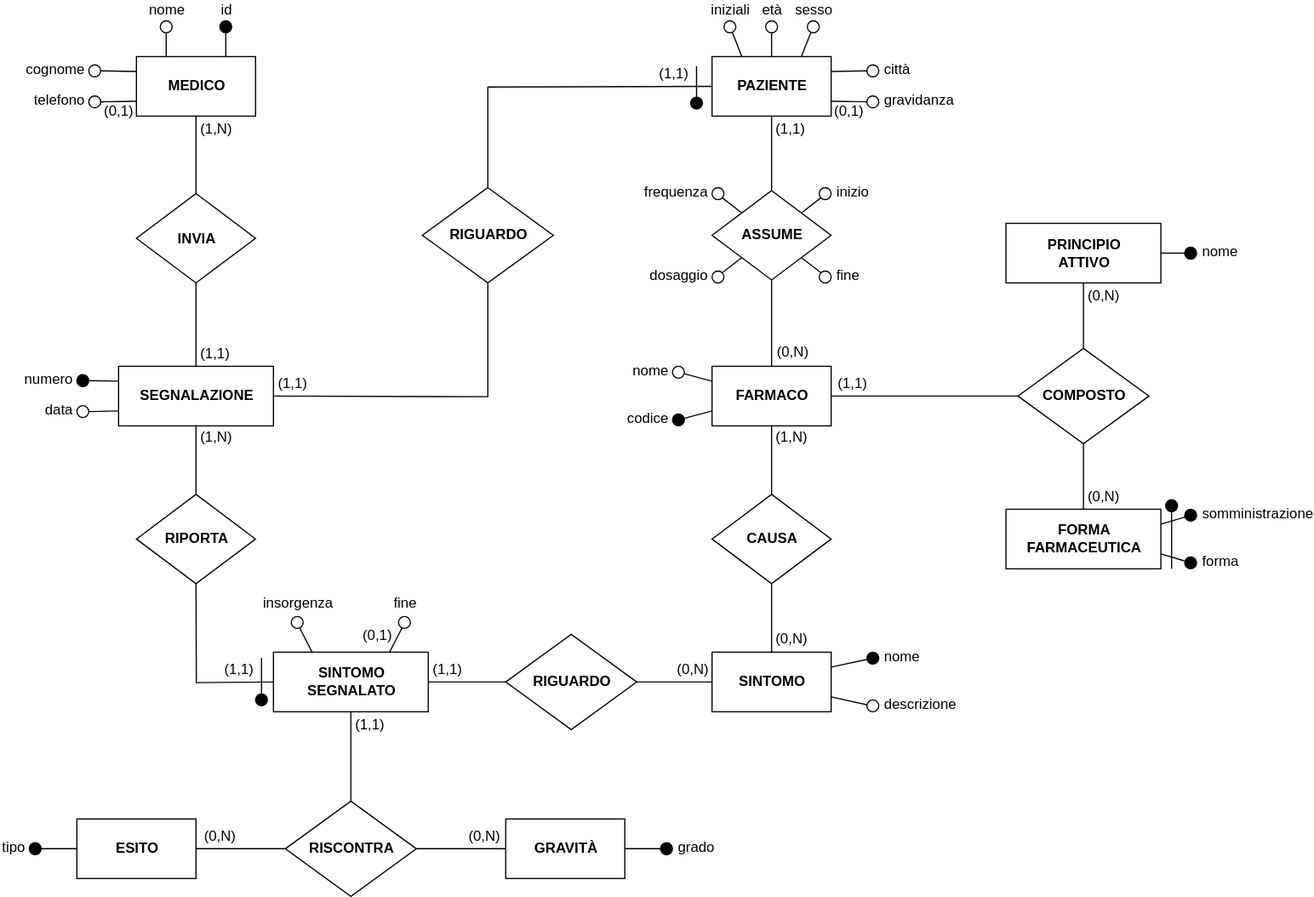
MatteoCarnelos/DB-SEA keeps this draw.io diagram as schematics/diagram.svg. Above is the earlier version. Source tidied: cells renumbered, new cells last; positions are measured from the earlier drawing's top-left corner, leaving out a move shared by most shapes.
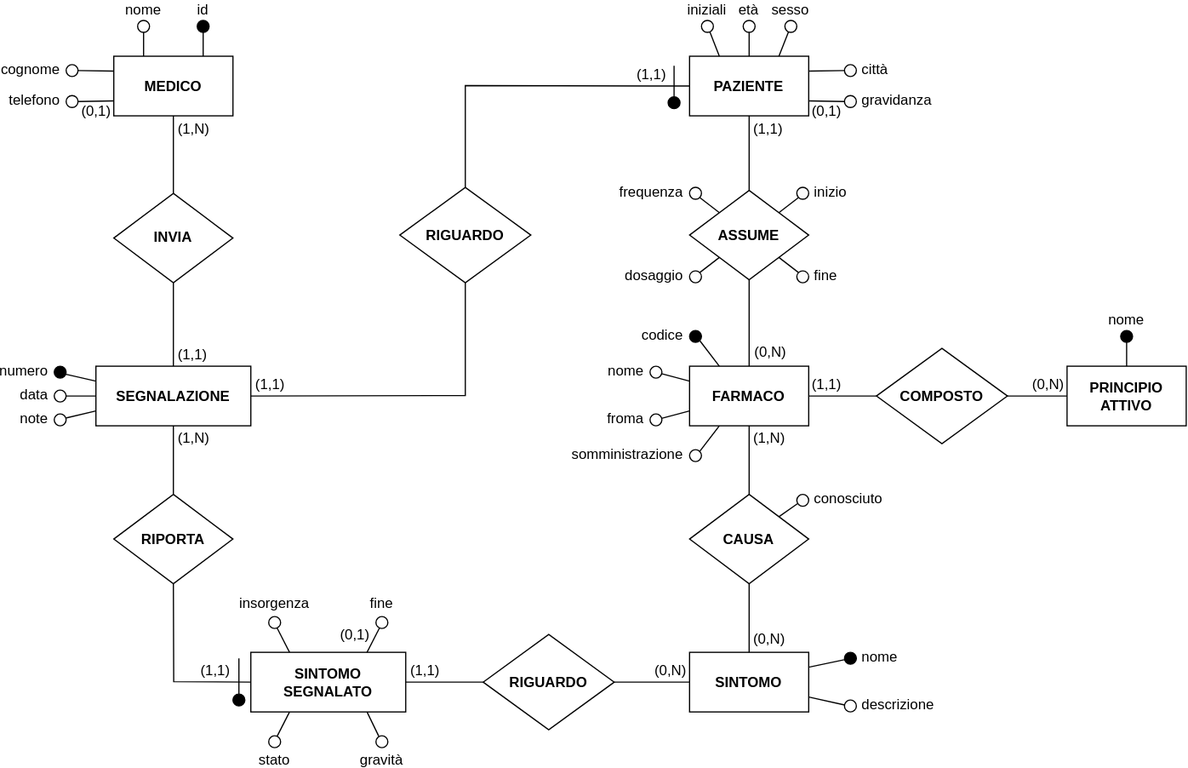
After the change.

Diff of the diagram source:
```diff
@@ -63,6 +63,6 @@
     </mxCell>
-    <mxCell id="19" style="rounded=0;comic=0;jumpStyle=none;jumpSize=6;jettySize=auto;html=1;exitX=0;exitY=0.25;exitDx=0;exitDy=0;entryX=1;entryY=0.5;entryDx=0;entryDy=0;endArrow=none;endFill=0;" parent="1" edge="1" source="21" target="22">
+    <mxCell id="19" style="rounded=0;comic=0;jumpStyle=none;jumpSize=6;jettySize=auto;html=1;exitX=0;exitY=0.25;exitDx=0;exitDy=0;entryX=0.917;entryY=0.663;entryDx=0;entryDy=0;endArrow=none;endFill=0;entryPerimeter=0;" parent="1" edge="1" source="21" target="22">
       <mxGeometry relative="1" as="geometry" />
     </mxCell>
-    <mxCell id="20" style="edgeStyle=none;rounded=0;comic=0;jumpStyle=none;jumpSize=6;jettySize=auto;html=1;exitX=0;exitY=0.75;exitDx=0;exitDy=0;entryX=1;entryY=0.5;entryDx=0;entryDy=0;endArrow=none;endFill=0;" parent="1" edge="1" source="21" target="23">
+    <mxCell id="20" style="edgeStyle=none;rounded=0;comic=0;jumpStyle=none;jumpSize=6;jettySize=auto;html=1;exitX=0;exitY=0.75;exitDx=0;exitDy=0;entryX=0.971;entryY=0.346;entryDx=0;entryDy=0;endArrow=none;endFill=0;entryPerimeter=0;" parent="1" edge="1" source="21" target="23">
       <mxGeometry relative="1" as="geometry" />
@@ -73,6 +73,6 @@
     <mxCell id="22" value="numero" style="ellipse;whiteSpace=wrap;html=1;fillColor=#000000;textDirection=ltr;align=right;labelPosition=left;verticalLabelPosition=middle;verticalAlign=middle;spacing=5;spacingBottom=2;" parent="1" vertex="1">
-      <mxGeometry x="40" y="297" width="10" height="10" as="geometry" />
+      <mxGeometry x="40" y="290" width="10" height="10" as="geometry" />
     </mxCell>
-    <mxCell id="23" value="data" style="ellipse;whiteSpace=wrap;html=1;fillColor=#ffffff;textDirection=ltr;align=right;labelPosition=left;verticalLabelPosition=middle;verticalAlign=middle;spacing=5;spacingBottom=2;" parent="1" vertex="1">
-      <mxGeometry x="40" y="323" width="10" height="10" as="geometry" />
+    <mxCell id="23" value="note" style="ellipse;whiteSpace=wrap;html=1;fillColor=#ffffff;textDirection=ltr;align=right;labelPosition=left;verticalLabelPosition=middle;verticalAlign=middle;spacing=5;spacingBottom=2;" parent="1" vertex="1">
+      <mxGeometry x="40" y="330" width="10" height="10" as="geometry" />
     </mxCell>
@@ -164,2 +164,8 @@
     </mxCell>
+    <mxCell id="117" style="edgeStyle=none;rounded=0;jettySize=auto;html=1;exitX=0.25;exitY=0;exitDx=0;exitDy=0;entryX=1;entryY=1;entryDx=0;entryDy=0;endArrow=none;endFill=0;" parent="1" edge="1" source="50" target="129">
+      <mxGeometry relative="1" as="geometry" />
+    </mxCell>
+    <mxCell id="118" style="edgeStyle=none;rounded=0;jettySize=auto;html=1;exitX=0.25;exitY=1;exitDx=0;exitDy=0;entryX=1;entryY=0;entryDx=0;entryDy=0;endArrow=none;endFill=0;" parent="1" edge="1" source="50" target="66">
+      <mxGeometry relative="1" as="geometry" />
+    </mxCell>
     <mxCell id="50" value="&lt;b&gt;FARMACO&lt;br&gt;&lt;/b&gt;" style="rounded=0;whiteSpace=wrap;html=1;fillColor=#ffffff;" parent="1" vertex="1">
@@ -170,3 +176,3 @@
     </mxCell>
-    <mxCell id="52" value="codice" style="ellipse;whiteSpace=wrap;html=1;fillColor=#000000;textDirection=ltr;align=right;labelPosition=left;verticalLabelPosition=middle;verticalAlign=middle;spacing=5;spacingBottom=2;" parent="1" vertex="1">
+    <mxCell id="52" value="froma" style="ellipse;whiteSpace=wrap;html=1;fillColor=#FFFFFF;textDirection=ltr;align=right;labelPosition=left;verticalLabelPosition=middle;verticalAlign=middle;spacing=5;spacingBottom=2;" parent="1" vertex="1">
       <mxGeometry x="540" y="330" width="10" height="10" as="geometry" />
@@ -179,27 +185,8 @@
     </mxCell>
+    <mxCell id="119" style="edgeStyle=none;rounded=0;jettySize=auto;html=1;exitX=0.5;exitY=0;exitDx=0;exitDy=0;entryX=0.5;entryY=1;entryDx=0;entryDy=0;endArrow=none;endFill=0;" parent="1" edge="1" source="55" target="69">
+      <mxGeometry relative="1" as="geometry" />
+    </mxCell>
     <mxCell id="55" value="&lt;b&gt;PRINCIPIO&lt;br&gt;ATTIVO&lt;br&gt;&lt;/b&gt;" style="whiteSpace=wrap;html=1;align=center;" parent="1" vertex="1">
-      <mxGeometry x="820" y="170" width="130" height="50" as="geometry" />
+      <mxGeometry x="890" y="290" width="100" height="50" as="geometry" />
     </mxCell>
-    <mxCell id="56" style="edgeStyle=orthogonalEdgeStyle;rounded=0;comic=0;jumpStyle=none;jumpSize=6;jettySize=auto;html=1;exitX=0.5;exitY=0;exitDx=0;exitDy=0;entryX=0.5;entryY=1;entryDx=0;entryDy=0;endArrow=none;endFill=0;" parent="1" edge="1" source="64" target="55">
-      <mxGeometry relative="1" as="geometry" />
-    </mxCell>
-    <mxCell id="57" value="(0,N)" style="text;html=1;align=left;verticalAlign=middle;labelBackgroundColor=#ffffff;labelPosition=right;verticalLabelPosition=middle;spacing=4;" parent="56" vertex="1">
-      <mxGeometry x="0.64" y="2" relative="1" as="geometry">
-        <mxPoint x="2" as="offset" />
-      </mxGeometry>
-    </mxCell>
-    <mxCell id="58" style="edgeStyle=orthogonalEdgeStyle;rounded=0;comic=0;jumpStyle=none;jumpSize=6;jettySize=auto;html=1;exitX=0.5;exitY=0;exitDx=0;exitDy=0;entryX=0.5;entryY=1;entryDx=0;entryDy=0;endArrow=none;endFill=0;" parent="1" edge="1" source="61" target="64">
-      <mxGeometry relative="1" as="geometry" />
-    </mxCell>
-    <mxCell id="59" value="(0,N)" style="text;html=1;align=left;verticalAlign=middle;labelBackgroundColor=#ffffff;labelPosition=right;verticalLabelPosition=middle;spacing=4;" parent="58" vertex="1">
-      <mxGeometry x="-0.43" y="-1" relative="1" as="geometry">
-        <mxPoint x="-1" y="4.6" as="offset" />
-      </mxGeometry>
-    </mxCell>
-    <mxCell id="60" style="edgeStyle=none;rounded=0;comic=0;jumpStyle=none;jumpSize=6;jettySize=auto;html=1;exitX=1;exitY=0.75;exitDx=0;exitDy=0;entryX=-0.035;entryY=0.329;entryDx=0;entryDy=0;endArrow=none;endFill=0;entryPerimeter=0;" parent="1" edge="1" source="61" target="67">
-      <mxGeometry relative="1" as="geometry" />
-    </mxCell>
-    <mxCell id="61" value="&lt;b&gt;FORMA&lt;br&gt;FARMACEUTICA&lt;br&gt;&lt;/b&gt;" style="whiteSpace=wrap;html=1;align=center;" parent="1" vertex="1">
-      <mxGeometry x="820" y="410" width="130" height="50" as="geometry" />
-    </mxCell>
     <mxCell id="62" style="edgeStyle=none;rounded=0;comic=0;jumpStyle=none;jumpSize=6;jettySize=auto;html=1;exitX=0;exitY=0.5;exitDx=0;exitDy=0;entryX=1;entryY=0.5;entryDx=0;entryDy=0;endArrow=none;endFill=0;" parent="1" edge="1" source="64" target="50">
@@ -209,31 +196,16 @@
       <mxGeometry x="0.52" y="1" relative="1" as="geometry">
-        <mxPoint x="-20.8" y="-1" as="offset" />
+        <mxPoint x="1" y="-1" as="offset" />
       </mxGeometry>
     </mxCell>
+    <mxCell id="56" style="edgeStyle=none;rounded=0;jettySize=auto;html=1;exitX=1;exitY=0.5;exitDx=0;exitDy=0;entryX=0;entryY=0.5;entryDx=0;entryDy=0;endArrow=none;endFill=0;" parent="1" edge="1" source="64" target="55">
+      <mxGeometry relative="1" as="geometry" />
+    </mxCell>
+    <mxCell id="120" value="(0,N)" style="text;html=1;align=center;verticalAlign=bottom;labelBackgroundColor=#ffffff;labelPosition=center;verticalLabelPosition=top;spacing=4;" parent="56" vertex="1">
+      <mxGeometry x="0.08" relative="1" as="geometry">
+        <mxPoint x="6.1" as="offset" />
+      </mxGeometry>
+    </mxCell>
     <mxCell id="64" value="COMPOSTO" style="rhombus;whiteSpace=wrap;html=1;fillColor=#ffffff;fontStyle=1;" parent="1" vertex="1">
-      <mxGeometry x="830" y="275" width="110" height="80" as="geometry" />
+      <mxGeometry x="730" y="275" width="110" height="80" as="geometry" />
     </mxCell>
-    <mxCell id="65" style="edgeStyle=none;rounded=0;comic=0;jumpStyle=none;jumpSize=6;jettySize=auto;html=1;exitX=0.005;exitY=0.663;exitDx=0;exitDy=0;entryX=1;entryY=0.25;entryDx=0;entryDy=0;endArrow=none;endFill=0;exitPerimeter=0;" parent="1" edge="1" source="66" target="61">
-      <mxGeometry relative="1" as="geometry" />
-    </mxCell>
-    <mxCell id="66" value="somministrazione" style="ellipse;whiteSpace=wrap;html=1;fillColor=#000000;labelPosition=right;verticalLabelPosition=middle;align=left;verticalAlign=middle;spacing=5;spacingBottom=2;" parent="1" vertex="1">
-      <mxGeometry x="970" y="410" width="10" height="10" as="geometry" />
-    </mxCell>
-    <mxCell id="67" value="forma" style="ellipse;whiteSpace=wrap;html=1;fillColor=#000000;labelPosition=right;verticalLabelPosition=middle;align=left;verticalAlign=middle;spacing=5;spacingBottom=2;" parent="1" vertex="1">
-      <mxGeometry x="970" y="450" width="10" height="10" as="geometry" />
-    </mxCell>
-    <mxCell id="68" style="edgeStyle=none;rounded=0;comic=0;jumpStyle=none;jumpSize=6;jettySize=auto;html=1;exitX=0;exitY=0.5;exitDx=0;exitDy=0;entryX=1;entryY=0.5;entryDx=0;entryDy=0;endArrow=none;endFill=0;" parent="1" edge="1" source="69" target="55">
-      <mxGeometry relative="1" as="geometry" />
-    </mxCell>
-    <mxCell id="69" value="nome" style="ellipse;whiteSpace=wrap;html=1;fillColor=#000000;labelPosition=right;verticalLabelPosition=middle;align=left;verticalAlign=middle;spacing=5;spacingBottom=2;" parent="1" vertex="1">
-      <mxGeometry x="970" y="190" width="10" height="10" as="geometry" />
-    </mxCell>
-    <mxCell id="70" style="endArrow=none;html=1;entryX=0.5;entryY=1;entryDx=0;entryDy=0;" parent="1" edge="1" target="71">
-      <mxGeometry relative="1" as="geometry">
-        <mxPoint x="959" y="460" as="sourcePoint" />
-      </mxGeometry>
-    </mxCell>
-    <mxCell id="71" style="ellipse;whiteSpace=wrap;html=1;fillColor=#000000;labelPosition=right;verticalLabelPosition=middle;align=left;verticalAlign=middle;spacing=5;spacingBottom=2;" parent="1" vertex="1">
-      <mxGeometry x="954" y="402" width="10" height="10" as="geometry" />
-    </mxCell>
     <mxCell id="72" value="&lt;b&gt;SINTOMO&lt;br&gt;&lt;/b&gt;" style="rounded=0;whiteSpace=wrap;html=1;fillColor=#ffffff;" parent="1" vertex="1">
@@ -252,2 +224,8 @@
     </mxCell>
+    <mxCell id="121" style="rounded=0;jettySize=auto;html=1;exitX=0.25;exitY=1;exitDx=0;exitDy=0;entryX=0.712;entryY=0.035;entryDx=0;entryDy=0;endArrow=none;endFill=0;entryPerimeter=0;" parent="1" edge="1" source="76" target="124">
+      <mxGeometry relative="1" as="geometry" />
+    </mxCell>
+    <mxCell id="122" style="edgeStyle=none;rounded=0;jettySize=auto;html=1;exitX=0.75;exitY=1;exitDx=0;exitDy=0;entryX=0.236;entryY=0.036;entryDx=0;entryDy=0;endArrow=none;endFill=0;entryPerimeter=0;" parent="1" edge="1" source="76" target="125">
+      <mxGeometry relative="1" as="geometry" />
+    </mxCell>
     <mxCell id="76" value="&lt;b&gt;SINTOMO&lt;br&gt;SEGNALATO&lt;br&gt;&lt;/b&gt;" style="whiteSpace=wrap;html=1;align=center;" parent="1" vertex="1">
@@ -283,2 +261,5 @@
     </mxCell>
+    <mxCell id="123" style="edgeStyle=none;rounded=0;jettySize=auto;html=1;exitX=1;exitY=0;exitDx=0;exitDy=0;entryX=0.064;entryY=0.776;entryDx=0;entryDy=0;endArrow=none;endFill=0;entryPerimeter=0;" parent="1" edge="1" source="85" target="126">
+      <mxGeometry relative="1" as="geometry" />
+    </mxCell>
     <mxCell id="85" value="&lt;b&gt;CAUSA&lt;/b&gt;" style="rhombus;whiteSpace=wrap;html=1;" parent="1" vertex="1">
@@ -324,35 +305,2 @@
     </mxCell>
-    <mxCell id="96" style="edgeStyle=orthogonalEdgeStyle;rounded=0;comic=0;jumpStyle=none;jumpSize=6;jettySize=auto;html=1;exitX=1;exitY=0.5;exitDx=0;exitDy=0;entryX=0;entryY=0.5;entryDx=0;entryDy=0;endArrow=none;endFill=0;" parent="1" edge="1" source="98" target="103">
-      <mxGeometry relative="1" as="geometry" />
-    </mxCell>
-    <mxCell id="97" value="(0,N)" style="text;html=1;align=center;verticalAlign=bottom;labelBackgroundColor=#ffffff;labelPosition=center;verticalLabelPosition=top;spacing=4;" parent="96" vertex="1">
-      <mxGeometry x="-0.17" relative="1" as="geometry">
-        <mxPoint x="-11.1" as="offset" />
-      </mxGeometry>
-    </mxCell>
-    <mxCell id="98" value="&lt;b&gt;ESITO&lt;br&gt;&lt;/b&gt;" style="rounded=0;whiteSpace=wrap;html=1;fillColor=#ffffff;" parent="1" vertex="1">
-      <mxGeometry x="40" y="670" width="100" height="50" as="geometry" />
-    </mxCell>
-    <mxCell id="99" style="edgeStyle=orthogonalEdgeStyle;rounded=0;comic=0;jumpStyle=none;jumpSize=6;jettySize=auto;html=1;exitX=0.5;exitY=0;exitDx=0;exitDy=0;entryX=0.5;entryY=1;entryDx=0;entryDy=0;endArrow=none;endFill=0;" parent="1" edge="1" source="103" target="76">
-      <mxGeometry relative="1" as="geometry" />
-    </mxCell>
-    <mxCell id="100" value="(1,1)" style="text;html=1;align=left;verticalAlign=middle;labelBackgroundColor=#ffffff;labelPosition=right;verticalLabelPosition=middle;spacing=4;" parent="99" vertex="1">
-      <mxGeometry x="0.07" relative="1" as="geometry">
-        <mxPoint y="-25" as="offset" />
-      </mxGeometry>
-    </mxCell>
-    <mxCell id="101" style="edgeStyle=orthogonalEdgeStyle;rounded=0;comic=0;jumpStyle=none;jumpSize=6;jettySize=auto;html=1;exitX=1;exitY=0.5;exitDx=0;exitDy=0;entryX=0;entryY=0.5;entryDx=0;entryDy=0;endArrow=none;endFill=0;" parent="1" edge="1" source="103" target="104">
-      <mxGeometry relative="1" as="geometry" />
-    </mxCell>
-    <mxCell id="102" value="(0,N)" style="text;html=1;align=center;verticalAlign=bottom;labelBackgroundColor=#ffffff;labelPosition=center;verticalLabelPosition=top;spacing=4;" parent="101" vertex="1">
-      <mxGeometry x="0.65" y="1" relative="1" as="geometry">
-        <mxPoint x="-6" y="1" as="offset" />
-      </mxGeometry>
-    </mxCell>
-    <mxCell id="103" value="RISCONTRA" style="rhombus;whiteSpace=wrap;html=1;fillColor=#ffffff;fontStyle=1;" parent="1" vertex="1">
-      <mxGeometry x="215" y="655" width="110" height="80" as="geometry" />
-    </mxCell>
-    <mxCell id="104" value="&lt;b&gt;GRAVITÀ&lt;br&gt;&lt;/b&gt;" style="rounded=0;whiteSpace=wrap;html=1;fillColor=#ffffff;" parent="1" vertex="1">
-      <mxGeometry x="400" y="670" width="100" height="50" as="geometry" />
-    </mxCell>
     <mxCell id="105" value="insorgenza" style="ellipse;whiteSpace=wrap;html=1;fillColor=#ffffff;labelPosition=center;verticalLabelPosition=top;align=center;verticalAlign=bottom;spacing=4;" parent="1" vertex="1">
@@ -371,14 +319,2 @@
     </mxCell>
-    <mxCell id="109" style="edgeStyle=none;rounded=0;comic=0;jumpStyle=none;jumpSize=6;jettySize=auto;html=1;exitX=1;exitY=0.5;exitDx=0;exitDy=0;entryX=0;entryY=0.5;entryDx=0;entryDy=0;endArrow=none;endFill=0;" parent="1" edge="1" source="110" target="98">
-      <mxGeometry relative="1" as="geometry" />
-    </mxCell>
-    <mxCell id="110" value="tipo" style="ellipse;whiteSpace=wrap;html=1;fillColor=#000000;textDirection=ltr;align=right;labelPosition=left;verticalLabelPosition=middle;verticalAlign=middle;spacing=5;spacingBottom=2;" parent="1" vertex="1">
-      <mxGeometry y="690" width="10" height="10" as="geometry" />
-    </mxCell>
-    <mxCell id="111" style="edgeStyle=none;rounded=0;comic=0;jumpStyle=none;jumpSize=6;jettySize=auto;html=1;exitX=0;exitY=0.5;exitDx=0;exitDy=0;entryX=1;entryY=0.5;entryDx=0;entryDy=0;endArrow=none;endFill=0;" parent="1" edge="1" source="112" target="104">
-      <mxGeometry relative="1" as="geometry" />
-    </mxCell>
-    <mxCell id="112" value="grado" style="ellipse;whiteSpace=wrap;html=1;fillColor=#000000;labelPosition=right;verticalLabelPosition=middle;align=left;verticalAlign=middle;spacing=5;spacingBottom=2;" parent="1" vertex="1">
-      <mxGeometry x="530" y="690" width="10" height="10" as="geometry" />
-    </mxCell>
     <mxCell id="113" style="edgeStyle=none;rounded=0;jettySize=auto;html=1;exitX=1;exitY=0;exitDx=0;exitDy=0;entryX=0;entryY=1;entryDx=0;entryDy=0;endArrow=none;endFill=0;" parent="1" edge="1" source="114" target="47">
@@ -395,2 +331,26 @@
     </mxCell>
+    <mxCell id="124" value="stato" style="ellipse;whiteSpace=wrap;html=1;fillColor=#ffffff;labelPosition=center;verticalLabelPosition=middle;align=center;verticalAlign=top;spacing=0;spacingBottom=0;spacingTop=8;horizontal=1;" parent="1" vertex="1">
+      <mxGeometry x="220" y="600" width="10" height="10" as="geometry" />
+    </mxCell>
+    <mxCell id="125" value="gravità" style="ellipse;whiteSpace=wrap;html=1;fillColor=#ffffff;labelPosition=center;verticalLabelPosition=middle;align=center;verticalAlign=top;spacing=0;spacingBottom=0;spacingTop=8;horizontal=1;" parent="1" vertex="1">
+      <mxGeometry x="310" y="600" width="10" height="10" as="geometry" />
+    </mxCell>
+    <mxCell id="126" value="conosciuto" style="ellipse;whiteSpace=wrap;html=1;fillColor=#FAFAFA;labelPosition=right;verticalLabelPosition=middle;align=left;verticalAlign=middle;spacing=5;spacingBottom=2;" parent="1" vertex="1">
+      <mxGeometry x="663.2" y="397.5" width="10" height="10" as="geometry" />
+    </mxCell>
+    <mxCell id="127" style="edgeStyle=none;rounded=0;jettySize=auto;html=1;exitX=1;exitY=0.5;exitDx=0;exitDy=0;entryX=0;entryY=0.5;entryDx=0;entryDy=0;endArrow=none;endFill=0;" parent="1" edge="1" source="128" target="21">
+      <mxGeometry relative="1" as="geometry" />
+    </mxCell>
+    <mxCell id="128" value="data" style="ellipse;whiteSpace=wrap;html=1;fillColor=#ffffff;textDirection=ltr;align=right;labelPosition=left;verticalLabelPosition=middle;verticalAlign=middle;spacing=5;spacingBottom=2;" parent="1" vertex="1">
+      <mxGeometry x="40" y="310" width="10" height="10" as="geometry" />
+    </mxCell>
+    <mxCell id="129" value="codice" style="ellipse;whiteSpace=wrap;html=1;fillColor=#000000;textDirection=ltr;align=right;labelPosition=left;verticalLabelPosition=middle;verticalAlign=middle;spacing=5;spacingBottom=2;" parent="1" vertex="1">
+      <mxGeometry x="573.2" y="260" width="10" height="10" as="geometry" />
+    </mxCell>
+    <mxCell id="66" value="somministrazione" style="ellipse;whiteSpace=wrap;html=1;fillColor=#FFFFFF;textDirection=ltr;align=right;labelPosition=left;verticalLabelPosition=middle;verticalAlign=middle;spacing=5;spacingBottom=2;" parent="1" vertex="1">
+      <mxGeometry x="573.2" y="360" width="10" height="10" as="geometry" />
+    </mxCell>
+    <mxCell id="69" value="nome" style="ellipse;whiteSpace=wrap;html=1;fillColor=#000000;labelPosition=center;verticalLabelPosition=top;align=center;verticalAlign=bottom;spacing=2;" parent="1" vertex="1">
+      <mxGeometry x="935" y="260" width="10" height="10" as="geometry" />
+    </mxCell>
   </root>
```
